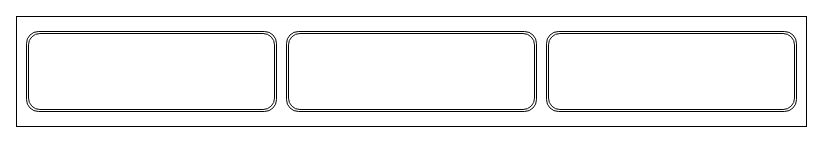
Before: materials/未命名绘图.drawio in luohongk/luohongk.github.io, a draw.io diagram. Source tidied: cells renumbered, new cells numbered last; positions are measured from the earlier drawing's top-left corner, leaving out a move shared by most shapes. Both pictures are drawn from the tidied source at 100%, with x=0, y=0 at pixel (16, 16).
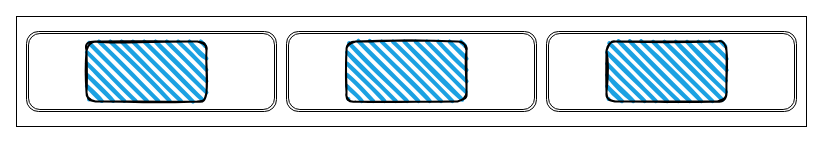
Above is the later version.

Commit message:
更新未命名绘图.drawio

Diff of the diagram source:
```diff
@@
 <mxGraphModel>
   <root>
     <mxCell id="0" />
     <mxCell id="1" parent="0" />
     <mxCell id="2" style="rounded=0;whiteSpace=wrap;html=1;" parent="1" vertex="1">
       <mxGeometry width="790" height="110" as="geometry" />
     </mxCell>
     <mxCell id="3" style="shape=ext;double=1;rounded=1;whiteSpace=wrap;html=1;" parent="1" vertex="1">
       <mxGeometry x="10" y="15" width="250" height="80" as="geometry" />
     </mxCell>
     <mxCell id="4" style="shape=ext;double=1;rounded=1;whiteSpace=wrap;html=1;" parent="1" vertex="1">
       <mxGeometry x="270" y="15" width="250" height="80" as="geometry" />
     </mxCell>
     <mxCell id="5" style="shape=ext;double=1;rounded=1;whiteSpace=wrap;html=1;" parent="1" vertex="1">
       <mxGeometry x="530" y="15" width="250" height="80" as="geometry" />
     </mxCell>
+    <mxCell id="6" style="rounded=1;whiteSpace=wrap;html=1;strokeWidth=2;fillWeight=4;hachureGap=8;hachureAngle=45;fillColor=#1ba1e2;sketch=1;" parent="1" vertex="1">
+      <mxGeometry x="70" y="25" width="120" height="60" as="geometry" />
+    </mxCell>
+    <mxCell id="7" style="rounded=1;whiteSpace=wrap;html=1;strokeWidth=2;fillWeight=4;hachureGap=8;hachureAngle=45;fillColor=#1ba1e2;sketch=1;" parent="1" vertex="1">
+      <mxGeometry x="330" y="25" width="120" height="60" as="geometry" />
+    </mxCell>
+    <mxCell id="8" style="rounded=1;whiteSpace=wrap;html=1;strokeWidth=2;fillWeight=4;hachureGap=8;hachureAngle=45;fillColor=#1ba1e2;sketch=1;" parent="1" vertex="1">
+      <mxGeometry x="590" y="25" width="120" height="60" as="geometry" />
+    </mxCell>
   </root>
 </mxGraphModel>
```
